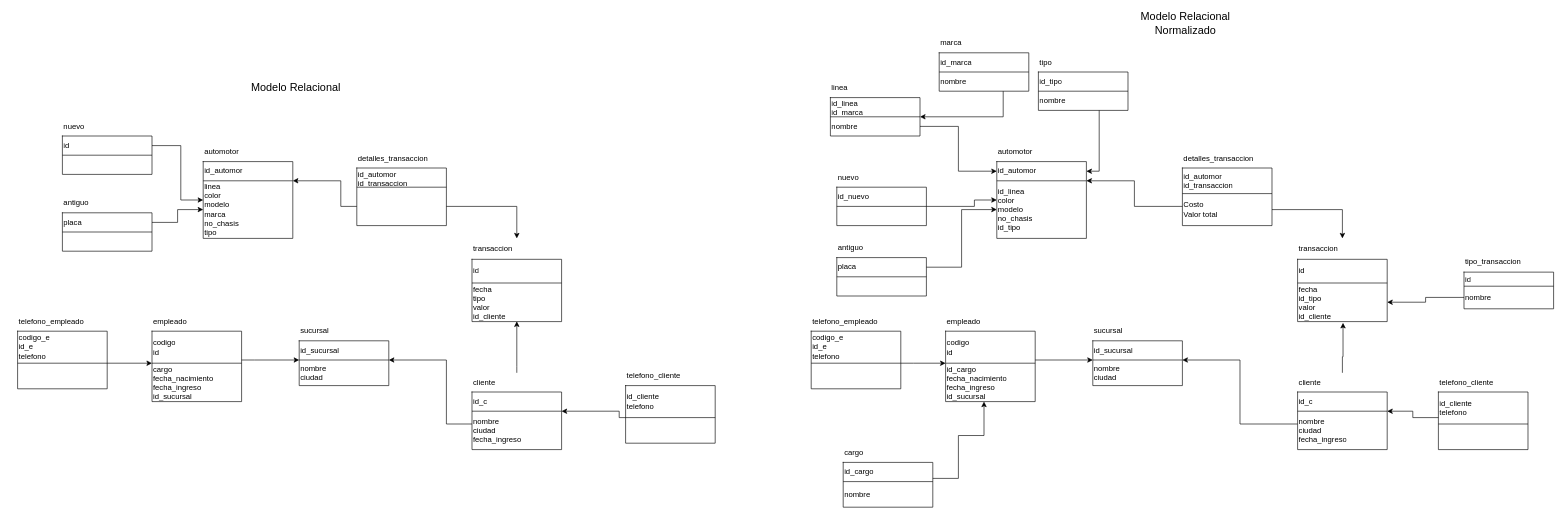
Above: db/Diagrama sin título.drawio in SnakyDH/BuenAuto-BE (draw.io), before the change. Source tidied: cells renumbered, new cells numbered last; positions are measured from the earlier drawing's top-left corner, leaving out a move shared by most shapes. Both pictures are drawn from the tidied source at 64%, with x=0, y=0 at pixel (17, 14).
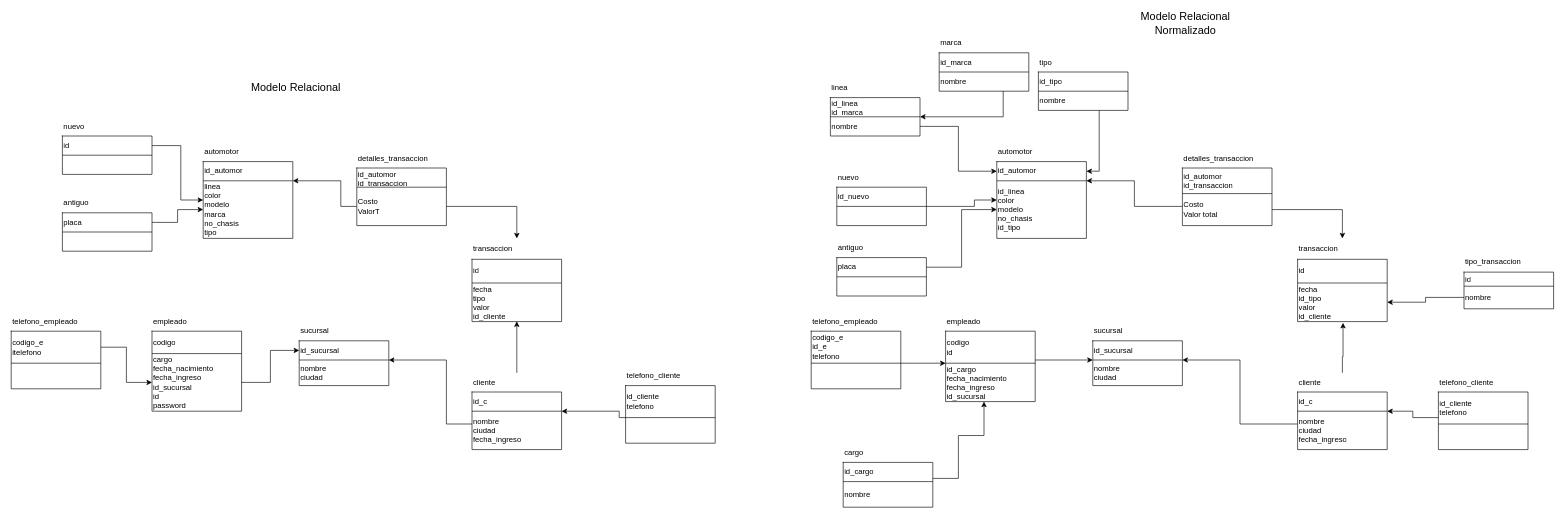
The same diagram, later.

The change refers to these unchanged cells:
```xml
<mxCell id="34" style="shape=tableRow;horizontal=0;startSize=0;swimlaneHead=0;swimlaneBody=0;strokeColor=inherit;top=0;left=0;bottom=0;right=0;fillColor=none;points=[[0,0.5],[1,0.5]];portConstraint=eastwest;" parent="33" vertex="1">
  <mxGeometry width="140" height="50" as="geometry" />
</mxCell>
<mxCell id="49" style="shape=tableRow;horizontal=0;startSize=0;swimlaneHead=0;swimlaneBody=0;strokeColor=inherit;top=0;left=0;bottom=0;right=0;fillColor=none;points=[[0,0.5],[1,0.5]];portConstraint=eastwest;" parent="48" vertex="1">
  <mxGeometry width="140" height="30" as="geometry" />
</mxCell>
<mxCell id="77" style="shape=tableRow;horizontal=0;startSize=0;swimlaneHead=0;swimlaneBody=0;strokeColor=inherit;top=0;left=0;bottom=0;right=0;fillColor=none;points=[[0,0.5],[1,0.5]];portConstraint=eastwest;" parent="74" vertex="1">
  <mxGeometry y="30" width="140" height="60" as="geometry" />
</mxCell>
```

What changed in the source:
```diff
@@
     <mxCell id="25" style="group;" parent="1" vertex="1">
-      <mxGeometry x="210" y="465" width="140" height="110" as="geometry" />
+      <mxGeometry x="210" y="465" width="140" height="150" as="geometry" />
     </mxCell>
     <mxCell id="26" style="shape=table;startSize=0;childLayout=tableLayout;" parent="25" vertex="1">
-      <mxGeometry y="30" width="140" height="110" as="geometry" />
+      <mxGeometry y="30" width="140" height="125" as="geometry" />
     </mxCell>
     <mxCell id="27" style="shape=tableRow;horizontal=0;startSize=0;swimlaneHead=0;swimlaneBody=0;strokeColor=inherit;top=0;left=0;bottom=0;right=0;fillColor=none;points=[[0,0.5],[1,0.5]];portConstraint=eastwest;" parent="26" vertex="1">
-      <mxGeometry width="140" height="50" as="geometry" />
+      <mxGeometry width="140" height="35" as="geometry" />
     </mxCell>
-    <mxCell id="28" value="codigo&lt;br&gt;id" style="shape=partialRectangle;html=1;whiteSpace=wrap;strokeColor=inherit;overflow=hidden;fillColor=none;top=0;left=0;bottom=0;right=0;align=left;" parent="27" vertex="1">
-      <mxGeometry width="140" height="50" as="geometry" />
+    <mxCell id="28" value="codigo&lt;br&gt;" style="shape=partialRectangle;html=1;whiteSpace=wrap;strokeColor=inherit;overflow=hidden;fillColor=none;top=0;left=0;bottom=0;right=0;align=left;" parent="27" vertex="1">
+      <mxGeometry width="140" height="35" as="geometry" />
     </mxCell>
     <mxCell id="29" style="shape=tableRow;horizontal=0;startSize=0;swimlaneHead=0;swimlaneBody=0;strokeColor=inherit;top=0;left=0;bottom=0;right=0;fillColor=none;points=[[0,0.5],[1,0.5]];portConstraint=eastwest;" parent="26" vertex="1">
-      <mxGeometry y="50" width="140" height="60" as="geometry" />
+      <mxGeometry y="35" width="140" height="90" as="geometry" />
     </mxCell>
-    <mxCell id="30" value="cargo&lt;br&gt;fecha_nacimiento&lt;br&gt;fecha_ingreso&lt;span style=&quot;white-space: pre;&quot;&gt;&#9;&lt;/span&gt;&lt;br&gt;id_sucursal" style="shape=partialRectangle;html=1;whiteSpace=wrap;strokeColor=inherit;overflow=hidden;fillColor=none;top=0;left=0;bottom=0;right=0;align=left;" parent="29" vertex="1">
-      <mxGeometry width="140" height="60" as="geometry" />
+    <mxCell id="30" value="cargo&lt;br&gt;fecha_nacimiento&lt;br&gt;fecha_ingreso&lt;span style=&quot;&quot;&gt;&lt;span style=&quot;white-space: pre;&quot;&gt;&amp;nbsp;&amp;nbsp;&amp;nbsp;&amp;nbsp;&lt;/span&gt;&lt;/span&gt;&lt;br&gt;id_sucursal&lt;br&gt;id&lt;br&gt;password" style="shape=partialRectangle;html=1;whiteSpace=wrap;strokeColor=inherit;overflow=hidden;fillColor=none;top=0;left=0;bottom=0;right=0;align=left;" parent="29" vertex="1">
+      <mxGeometry width="140" height="90" as="geometry" />
     </mxCell>
@@
     <mxCell id="32" style="group;" parent="1" vertex="1">
-      <mxGeometry y="465" width="140" height="110" as="geometry" />
+      <mxGeometry x="-10" y="465" width="140" height="110" as="geometry" />
     </mxCell>
@@
-    <mxCell id="35" value="codigo_e&lt;br&gt;id_e&lt;br&gt;telefono" style="shape=partialRectangle;html=1;whiteSpace=wrap;strokeColor=inherit;overflow=hidden;fillColor=none;top=0;left=0;bottom=0;right=0;align=left;" parent="34" vertex="1">
+    <mxCell id="35" value="codigo_e&lt;br&gt;itelefono" style="shape=partialRectangle;html=1;whiteSpace=wrap;strokeColor=inherit;overflow=hidden;fillColor=none;top=0;left=0;bottom=0;right=0;align=left;" parent="34" vertex="1">
       <mxGeometry width="140" height="50" as="geometry" />
     </mxCell>
@@
-    <mxCell id="39" style="edgeStyle=orthogonalEdgeStyle;rounded=0;jettySize=auto;html=1;" parent="1" edge="1" source="34" target="27">
-      <mxGeometry relative="1" as="geometry">
-        <Array as="points">
-          <mxPoint x="160" y="545" />
-          <mxPoint x="160" y="545" />
-        </Array>
-      </mxGeometry>
+    <mxCell id="39" style="edgeStyle=orthogonalEdgeStyle;rounded=0;jettySize=auto;html=1;" parent="1" edge="1" source="34" target="29">
+      <mxGeometry relative="1" as="geometry" />
     </mxCell>
@@
-    <mxCell id="68" style="edgeStyle=orthogonalEdgeStyle;rounded=0;jettySize=auto;html=1;" parent="1" edge="1" source="27" target="49">
-      <mxGeometry relative="1" as="geometry">
-        <Array as="points">
-          <mxPoint x="370" y="540" />
-          <mxPoint x="370" y="540" />
-        </Array>
-      </mxGeometry>
+    <mxCell id="68" style="edgeStyle=orthogonalEdgeStyle;rounded=0;jettySize=auto;html=1;" parent="1" edge="1" source="29" target="49">
+      <mxGeometry relative="1" as="geometry" />
     </mxCell>
@@
-    <mxCell id="78" style="shape=partialRectangle;html=1;whiteSpace=wrap;strokeColor=inherit;overflow=hidden;fillColor=none;top=0;left=0;bottom=0;right=0;align=left;" parent="77" vertex="1">
+    <mxCell id="78" value="Costo&lt;br&gt;ValorT" style="shape=partialRectangle;html=1;whiteSpace=wrap;strokeColor=inherit;overflow=hidden;fillColor=none;top=0;left=0;bottom=0;right=0;align=left;" parent="77" vertex="1">
       <mxGeometry width="140" height="60" as="geometry" />
     </mxCell>
```
